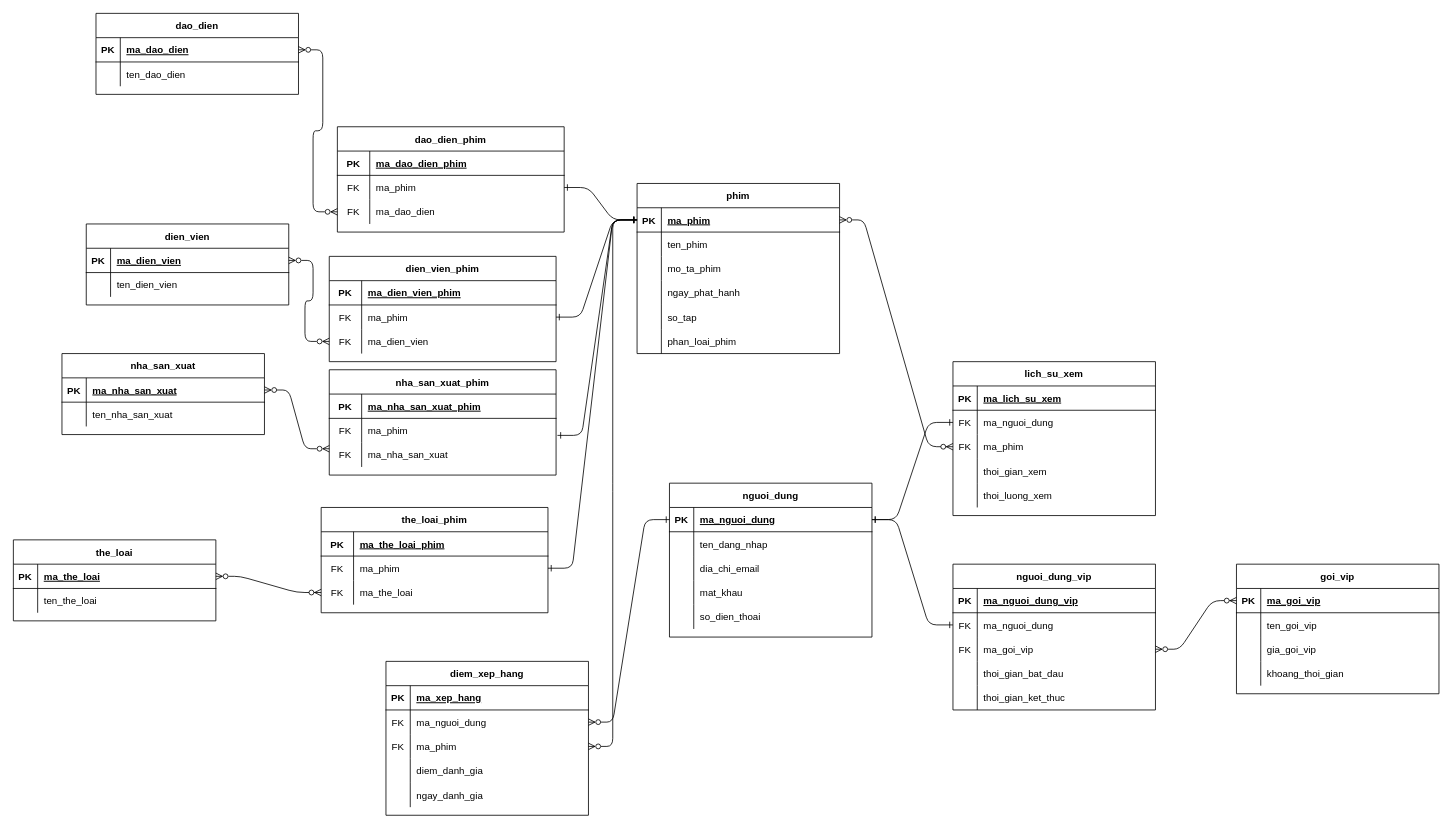
Above: erd/erdphimmoiflix.drawio in ngochai68/Phimmoiflix (draw.io), before the change. Source tidied: cells renumbered, new cells numbered last; positions are measured from the earlier drawing's top-left corner, leaving out a move shared by most shapes. Both pictures are drawn from the tidied source at 81%, with x=0, y=0 at pixel (13, 13).
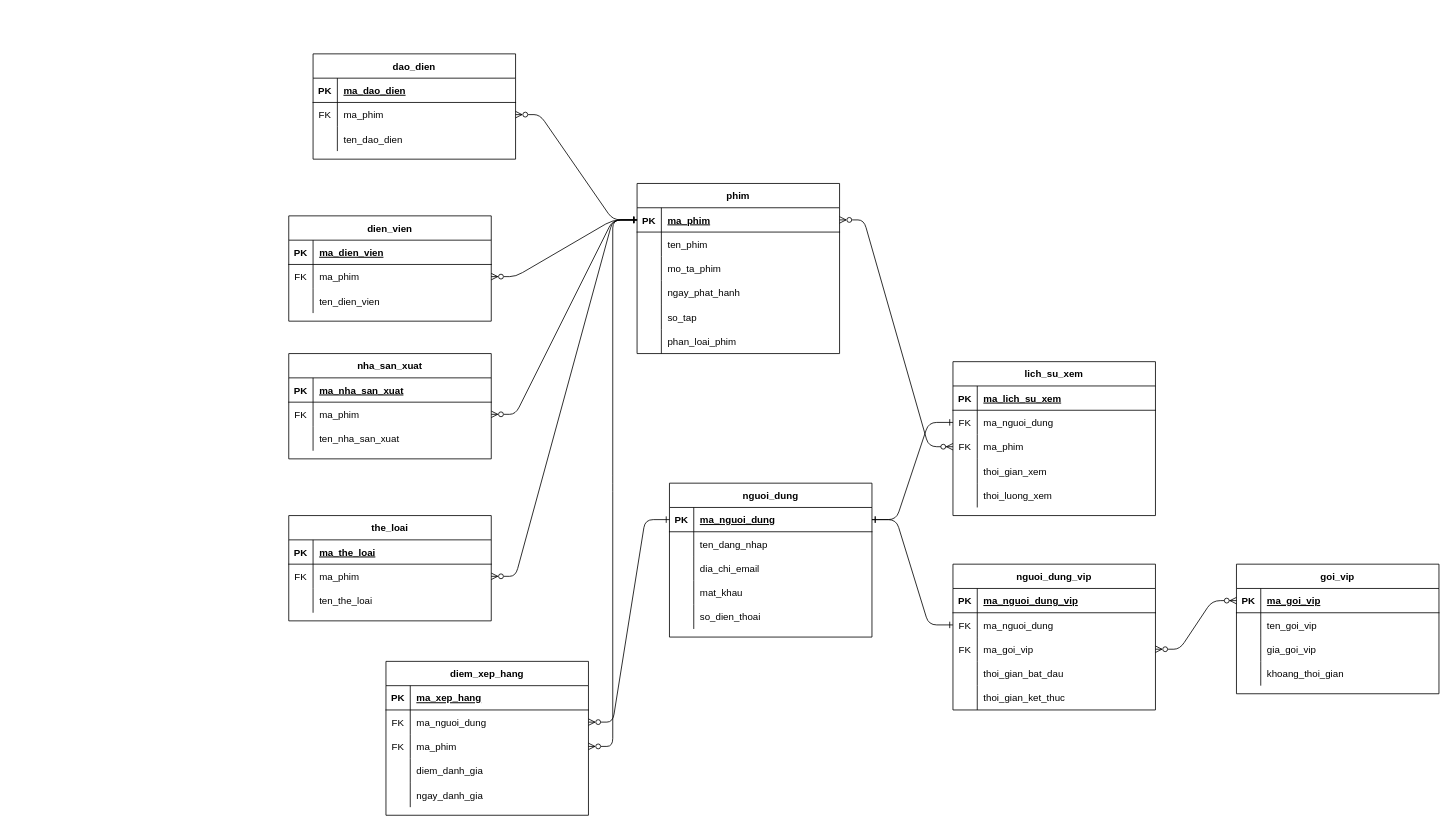
After the change.

Unchanged cells that the change refers to:
```xml
<mxCell id="20" style="shape=partialRectangle;fillColor=none;points=[[0,0.5],[1,0.5]];portConstraint=eastwest;top=0;left=0;right=0;bottom=1;" parent="19" vertex="1">
  <mxGeometry y="30" width="250" height="30" as="geometry" />
</mxCell>
<mxCell id="39" style="shape=partialRectangle;fillColor=none;points=[[0,0.5],[1,0.5]];portConstraint=eastwest;top=0;left=0;right=0;bottom=1;" parent="38" vertex="1">
  <mxGeometry y="30" width="250" height="30" as="geometry" />
</mxCell>
<mxCell id="42" style="shape=partialRectangle;fillColor=none;points=[[0,0.5],[1,0.5]];portConstraint=eastwest;top=0;left=0;right=0;bottom=0;" parent="38" vertex="1">
  <mxGeometry y="60" width="250" height="30" as="geometry" />
</mxCell>
<mxCell id="46" style="shape=partialRectangle;fillColor=none;points=[[0,0.5],[1,0.5]];portConstraint=eastwest;top=0;left=0;right=0;bottom=1;" parent="45" vertex="1">
  <mxGeometry y="30" width="250" height="30" as="geometry" />
</mxCell>
<mxCell id="49" style="shape=partialRectangle;fillColor=none;points=[[0,0.5],[1,0.5]];portConstraint=eastwest;top=0;left=0;right=0;bottom=0;" parent="45" vertex="1">
  <mxGeometry y="60" width="250" height="30" as="geometry" />
</mxCell>
<mxCell id="76" style="shape=partialRectangle;fillColor=none;points=[[0,0.5],[1,0.5]];portConstraint=eastwest;top=0;left=0;right=0;bottom=1;" parent="75" vertex="1">
  <mxGeometry y="30" width="250" height="30" as="geometry" />
</mxCell>
<mxCell id="79" style="shape=partialRectangle;fillColor=none;points=[[0,0.5],[1,0.5]];portConstraint=eastwest;top=0;left=0;right=0;bottom=0;" parent="75" vertex="1">
  <mxGeometry y="60" width="250" height="30" as="geometry" />
</mxCell>
<mxCell id="123" style="shape=partialRectangle;fillColor=none;points=[[0,0.5],[1,0.5]];portConstraint=eastwest;top=0;left=0;right=0;bottom=1;" parent="122" vertex="1">
  <mxGeometry y="30" width="250" height="30" as="geometry" />
</mxCell>
<mxCell id="126" style="shape=partialRectangle;fillColor=none;points=[[0,0.5],[1,0.5]];portConstraint=eastwest;top=0;left=0;right=0;bottom=0;" parent="122" vertex="1">
  <mxGeometry y="60" width="250" height="30" as="geometry" />
</mxCell>
```

Change to the diagram source:
```diff
@@
-    <mxCell id="18" style="edgeStyle=entityRelationEdgeStyle;endArrow=ERone;startArrow=ERone;endFill=0;startFill=0;exitX=0;exitY=0.5;exitDx=0;exitDy=0;entryX=1;entryY=0.5;entryDx=0;entryDy=0;" parent="1" edge="1" source="20" target="56">
+    <mxCell id="18" style="edgeStyle=entityRelationEdgeStyle;endArrow=ERzeroToMany;startArrow=ERone;endFill=0;startFill=0;exitX=0;exitY=0.5;exitDx=0;exitDy=0;entryX=1;entryY=0.5;entryDx=0;entryDy=0;" parent="1" edge="1" source="20" target="42">
       <mxGeometry relative="1" as="geometry" />
     </mxCell>
@@
     <mxCell id="38" value="the_loai" style="shape=table;startSize=30;childLayout=tableLayout;rowLines=0;fontStyle=1;align=center;" parent="1" vertex="1">
-      <mxGeometry y="650" width="250" height="100" as="geometry" />
+      <mxGeometry x="340" y="620" width="250" height="130" as="geometry" />
     </mxCell>
@@
-    <mxCell id="43" style="shape=partialRectangle;overflow=hidden;fillColor=none;top=0;left=0;bottom=0;right=0;" parent="42" vertex="1">
+    <mxCell id="43" value="FK" style="shape=partialRectangle;overflow=hidden;fillColor=none;top=0;left=0;bottom=0;right=0;" parent="42" vertex="1">
       <mxGeometry width="30" height="30" as="geometry" />
     </mxCell>
-    <mxCell id="44" value="ten_the_loai" style="shape=partialRectangle;overflow=hidden;fillColor=none;top=0;left=0;bottom=0;right=0;align=left;spacingLeft=6;" parent="42" vertex="1">
+    <mxCell id="44" value="ma_phim" style="shape=partialRectangle;overflow=hidden;fillColor=none;top=0;left=0;bottom=0;right=0;align=left;spacingLeft=6;" parent="42" vertex="1">
       <mxGeometry x="30" width="220" height="30" as="geometry" />
     </mxCell>
+    <mxCell id="180" style="shape=partialRectangle;fillColor=none;top=0;left=0;right=0;bottom=0;" parent="38" vertex="1">
+      <mxGeometry y="90" width="250" height="30" as="geometry" />
+    </mxCell>
+    <mxCell id="181" style="shape=partialRectangle;overflow=hidden;fillColor=none;top=0;left=0;bottom=0;right=0;" parent="180" vertex="1">
+      <mxGeometry width="30" height="30" as="geometry" />
+    </mxCell>
+    <mxCell id="182" value="ten_the_loai" style="shape=partialRectangle;overflow=hidden;fillColor=none;top=0;left=0;bottom=0;right=0;align=left;spacingLeft=6;" parent="180" vertex="1">
+      <mxGeometry x="30" width="220" height="30" as="geometry" />
+    </mxCell>
     <mxCell id="45" value="dao_dien" style="shape=table;startSize=30;childLayout=tableLayout;rowLines=0;fontStyle=1;align=center;" parent="1" vertex="1">
-      <mxGeometry x="102" width="250" height="100" as="geometry" />
+      <mxGeometry x="370" y="50" width="250" height="130" as="geometry" />
     </mxCell>
@@
-    <mxCell id="50" style="shape=partialRectangle;overflow=hidden;fillColor=none;top=0;left=0;bottom=0;right=0;" parent="49" vertex="1">
+    <mxCell id="50" value="FK" style="shape=partialRectangle;overflow=hidden;fillColor=none;top=0;left=0;bottom=0;right=0;" parent="49" vertex="1">
       <mxGeometry width="30" height="30" as="geometry" />
     </mxCell>
-    <mxCell id="51" value="ten_dao_dien" style="shape=partialRectangle;overflow=hidden;fillColor=none;top=0;left=0;bottom=0;right=0;align=left;spacingLeft=6;" parent="49" vertex="1">
+    <mxCell id="51" value="ma_phim" style="shape=partialRectangle;overflow=hidden;fillColor=none;top=0;left=0;bottom=0;right=0;align=left;spacingLeft=6;" parent="49" vertex="1">
       <mxGeometry x="30" width="220" height="30" as="geometry" />
     </mxCell>
-    <mxCell id="52" value="the_loai_phim" style="shape=table;startSize=30;childLayout=tableLayout;rowLines=0;fontStyle=1;align=center;" parent="1" vertex="1">
-      <mxGeometry x="380" y="610" width="280" height="130" as="geometry" />
-    </mxCell>
-    <mxCell id="53" style="shape=partialRectangle;fillColor=none;top=0;left=0;right=0;bottom=1;" parent="52" vertex="1">
-      <mxGeometry y="30" width="280" height="30" as="geometry" />
-    </mxCell>
-    <mxCell id="54" value="PK" style="shape=partialRectangle;overflow=hidden;fillColor=none;top=0;left=0;bottom=0;right=0;fontStyle=1;" parent="53" vertex="1">
-      <mxGeometry width="40" height="30" as="geometry" />
-    </mxCell>
-    <mxCell id="55" value="ma_the_loai_phim" style="shape=partialRectangle;overflow=hidden;fillColor=none;top=0;left=0;bottom=0;right=0;align=left;spacingLeft=6;fontStyle=5;" parent="53" vertex="1">
-      <mxGeometry x="40" width="240" height="30" as="geometry" />
-    </mxCell>
-    <mxCell id="56" style="shape=partialRectangle;fillColor=none;points=[[0,0.5],[1,0.5]];portConstraint=eastwest;top=0;left=0;right=0;bottom=0;" parent="52" vertex="1">
-      <mxGeometry y="60" width="280" height="30" as="geometry" />
-    </mxCell>
-    <mxCell id="57" value="FK" style="shape=partialRectangle;overflow=hidden;fillColor=none;top=0;left=0;bottom=0;right=0;fontStyle=0;" parent="56" vertex="1">
-      <mxGeometry width="40" height="30" as="geometry" />
-    </mxCell>
-    <mxCell id="58" value="ma_phim" style="shape=partialRectangle;overflow=hidden;fillColor=none;top=0;left=0;bottom=0;right=0;align=left;spacingLeft=6;fontStyle=0;" parent="56" vertex="1">
-      <mxGeometry x="40" width="240" height="30" as="geometry" />
-    </mxCell>
-    <mxCell id="59" style="shape=partialRectangle;fillColor=none;points=[[0,0.5],[1,0.5]];portConstraint=eastwest;top=0;left=0;right=0;bottom=0;" parent="52" vertex="1">
-      <mxGeometry y="90" width="280" height="30" as="geometry" />
-    </mxCell>
-    <mxCell id="60" value="FK" style="shape=partialRectangle;overflow=hidden;fillColor=none;top=0;left=0;bottom=0;right=0;fontStyle=0;" parent="59" vertex="1">
-      <mxGeometry width="40" height="30" as="geometry" />
-    </mxCell>
-    <mxCell id="61" value="ma_the_loai" style="shape=partialRectangle;overflow=hidden;fillColor=none;top=0;left=0;bottom=0;right=0;align=left;spacingLeft=6;fontStyle=0;" parent="59" vertex="1">
-      <mxGeometry x="40" width="240" height="30" as="geometry" />
-    </mxCell>
-    <mxCell id="62" style="edgeStyle=entityRelationEdgeStyle;endArrow=ERzeroToMany;startArrow=ERzeroToMany;endFill=1;startFill=0;exitX=1;exitY=0.5;exitDx=0;exitDy=0;" parent="1" edge="1" source="39" target="59">
-      <mxGeometry relative="1" as="geometry" />
-    </mxCell>
+    <mxCell id="183" style="shape=partialRectangle;fillColor=none;top=0;left=0;right=0;bottom=0;" parent="45" vertex="1">
+      <mxGeometry y="90" width="250" height="30" as="geometry" />
+    </mxCell>
+    <mxCell id="184" style="shape=partialRectangle;overflow=hidden;fillColor=none;top=0;left=0;bottom=0;right=0;" parent="183" vertex="1">
+      <mxGeometry width="30" height="30" as="geometry" />
+    </mxCell>
+    <mxCell id="185" value="ten_dao_dien" style="shape=partialRectangle;overflow=hidden;fillColor=none;top=0;left=0;bottom=0;right=0;align=left;spacingLeft=6;" parent="183" vertex="1">
+      <mxGeometry x="30" width="220" height="30" as="geometry" />
+    </mxCell>
-    <mxCell id="63" style="edgeStyle=entityRelationEdgeStyle;endArrow=ERone;startArrow=ERone;endFill=0;startFill=0;exitX=1;exitY=0.5;exitDx=0;exitDy=0;entryX=0;entryY=0.5;entryDx=0;entryDy=0;" parent="1" edge="1" source="68" target="20">
+    <mxCell id="63" style="edgeStyle=entityRelationEdgeStyle;endArrow=ERone;startArrow=ERzeroToMany;endFill=0;startFill=0;entryX=0;entryY=0.5;entryDx=0;entryDy=0;exitX=1;exitY=0.5;exitDx=0;exitDy=0;" parent="1" edge="1" source="49" target="20">
       <mxGeometry relative="1" as="geometry" />
     </mxCell>
-    <mxCell id="64" value="dao_dien_phim" style="shape=table;startSize=30;childLayout=tableLayout;rowLines=0;fontStyle=1;align=center;" parent="1" vertex="1">
-      <mxGeometry x="400" y="140" width="280" height="130" as="geometry" />
-    </mxCell>
-    <mxCell id="65" style="shape=partialRectangle;fillColor=none;top=0;left=0;right=0;bottom=1;" parent="64" vertex="1">
-      <mxGeometry y="30" width="280" height="30" as="geometry" />
-    </mxCell>
-    <mxCell id="66" value="PK" style="shape=partialRectangle;overflow=hidden;fillColor=none;top=0;left=0;bottom=0;right=0;fontStyle=1;" parent="65" vertex="1">
-      <mxGeometry width="40" height="30" as="geometry" />
-    </mxCell>
-    <mxCell id="67" value="ma_dao_dien_phim" style="shape=partialRectangle;overflow=hidden;fillColor=none;top=0;left=0;bottom=0;right=0;align=left;spacingLeft=6;fontStyle=5;" parent="65" vertex="1">
-      <mxGeometry x="40" width="240" height="30" as="geometry" />
-    </mxCell>
-    <mxCell id="68" style="shape=partialRectangle;fillColor=none;points=[[0,0.5],[1,0.5]];portConstraint=eastwest;top=0;left=0;right=0;bottom=0;" parent="64" vertex="1">
-      <mxGeometry y="60" width="280" height="30" as="geometry" />
-    </mxCell>
-    <mxCell id="69" value="FK" style="shape=partialRectangle;overflow=hidden;fillColor=none;top=0;left=0;bottom=0;right=0;fontStyle=0;" parent="68" vertex="1">
-      <mxGeometry width="40" height="30" as="geometry" />
-    </mxCell>
-    <mxCell id="70" value="ma_phim" style="shape=partialRectangle;overflow=hidden;fillColor=none;top=0;left=0;bottom=0;right=0;align=left;spacingLeft=6;fontStyle=0;" parent="68" vertex="1">
-      <mxGeometry x="40" width="240" height="30" as="geometry" />
-    </mxCell>
-    <mxCell id="71" style="shape=partialRectangle;fillColor=none;points=[[0,0.5],[1,0.5]];portConstraint=eastwest;top=0;left=0;right=0;bottom=0;" parent="64" vertex="1">
-      <mxGeometry y="90" width="280" height="30" as="geometry" />
-    </mxCell>
-    <mxCell id="72" value="FK" style="shape=partialRectangle;overflow=hidden;fillColor=none;top=0;left=0;bottom=0;right=0;fontStyle=0;" parent="71" vertex="1">
-      <mxGeometry width="40" height="30" as="geometry" />
-    </mxCell>
-    <mxCell id="73" value="ma_dao_dien" style="shape=partialRectangle;overflow=hidden;fillColor=none;top=0;left=0;bottom=0;right=0;align=left;spacingLeft=6;fontStyle=0;" parent="71" vertex="1">
-      <mxGeometry x="40" width="240" height="30" as="geometry" />
-    </mxCell>
-    <mxCell id="74" style="edgeStyle=entityRelationEdgeStyle;endArrow=ERzeroToMany;startArrow=ERzeroToMany;endFill=0;startFill=0;entryX=0;entryY=0.5;entryDx=0;entryDy=0;exitX=1;exitY=0.5;exitDx=0;exitDy=0;" parent="1" edge="1" source="46" target="71">
-      <mxGeometry relative="1" as="geometry" />
-    </mxCell>
     <mxCell id="75" value="dien_vien" style="shape=table;startSize=30;childLayout=tableLayout;rowLines=0;fontStyle=1;align=center;" parent="1" vertex="1">
-      <mxGeometry x="90" y="260" width="250" height="100" as="geometry" />
+      <mxGeometry x="340" y="250" width="250" height="130" as="geometry" />
     </mxCell>
@@
-    <mxCell id="80" style="shape=partialRectangle;overflow=hidden;fillColor=none;top=0;left=0;bottom=0;right=0;" parent="79" vertex="1">
+    <mxCell id="80" value="FK" style="shape=partialRectangle;overflow=hidden;fillColor=none;top=0;left=0;bottom=0;right=0;" parent="79" vertex="1">
       <mxGeometry width="30" height="30" as="geometry" />
     </mxCell>
-    <mxCell id="81" value="ten_dien_vien" style="shape=partialRectangle;overflow=hidden;fillColor=none;top=0;left=0;bottom=0;right=0;align=left;spacingLeft=6;" parent="79" vertex="1">
+    <mxCell id="81" value="ma_phim" style="shape=partialRectangle;overflow=hidden;fillColor=none;top=0;left=0;bottom=0;right=0;align=left;spacingLeft=6;" parent="79" vertex="1">
       <mxGeometry x="30" width="220" height="30" as="geometry" />
     </mxCell>
-    <mxCell id="82" value="dien_vien_phim" style="shape=table;startSize=30;childLayout=tableLayout;rowLines=0;fontStyle=1;align=center;" parent="1" vertex="1">
-      <mxGeometry x="390" y="300" width="280" height="130" as="geometry" />
-    </mxCell>
-    <mxCell id="83" style="shape=partialRectangle;fillColor=none;top=0;left=0;right=0;bottom=1;" parent="82" vertex="1">
-      <mxGeometry y="30" width="280" height="30" as="geometry" />
-    </mxCell>
-    <mxCell id="84" value="PK" style="shape=partialRectangle;overflow=hidden;fillColor=none;top=0;left=0;bottom=0;right=0;fontStyle=1;" parent="83" vertex="1">
-      <mxGeometry width="40" height="30" as="geometry" />
-    </mxCell>
-    <mxCell id="85" value="ma_dien_vien_phim" style="shape=partialRectangle;overflow=hidden;fillColor=none;top=0;left=0;bottom=0;right=0;align=left;spacingLeft=6;fontStyle=5;" parent="83" vertex="1">
-      <mxGeometry x="40" width="240" height="30" as="geometry" />
-    </mxCell>
-    <mxCell id="86" style="shape=partialRectangle;fillColor=none;points=[[0,0.5],[1,0.5]];portConstraint=eastwest;top=0;left=0;right=0;bottom=0;" parent="82" vertex="1">
-      <mxGeometry y="60" width="280" height="30" as="geometry" />
-    </mxCell>
-    <mxCell id="87" value="FK" style="shape=partialRectangle;overflow=hidden;fillColor=none;top=0;left=0;bottom=0;right=0;fontStyle=0;" parent="86" vertex="1">
-      <mxGeometry width="40" height="30" as="geometry" />
-    </mxCell>
-    <mxCell id="88" value="ma_phim" style="shape=partialRectangle;overflow=hidden;fillColor=none;top=0;left=0;bottom=0;right=0;align=left;spacingLeft=6;fontStyle=0;" parent="86" vertex="1">
-      <mxGeometry x="40" width="240" height="30" as="geometry" />
-    </mxCell>
-    <mxCell id="89" style="shape=partialRectangle;fillColor=none;points=[[0,0.5],[1,0.5]];portConstraint=eastwest;top=0;left=0;right=0;bottom=0;" parent="82" vertex="1">
-      <mxGeometry y="90" width="280" height="30" as="geometry" />
-    </mxCell>
-    <mxCell id="90" value="FK" style="shape=partialRectangle;overflow=hidden;fillColor=none;top=0;left=0;bottom=0;right=0;fontStyle=0;" parent="89" vertex="1">
-      <mxGeometry width="40" height="30" as="geometry" />
-    </mxCell>
-    <mxCell id="91" value="ma_dien_vien" style="shape=partialRectangle;overflow=hidden;fillColor=none;top=0;left=0;bottom=0;right=0;align=left;spacingLeft=6;fontStyle=0;" parent="89" vertex="1">
-      <mxGeometry x="40" width="240" height="30" as="geometry" />
-    </mxCell>
+    <mxCell id="186" style="shape=partialRectangle;fillColor=none;top=0;left=0;right=0;bottom=0;" parent="75" vertex="1">
+      <mxGeometry y="90" width="250" height="30" as="geometry" />
+    </mxCell>
+    <mxCell id="187" style="shape=partialRectangle;overflow=hidden;fillColor=none;top=0;left=0;bottom=0;right=0;" parent="186" vertex="1">
+      <mxGeometry width="30" height="30" as="geometry" />
+    </mxCell>
+    <mxCell id="188" value="ten_dien_vien" style="shape=partialRectangle;overflow=hidden;fillColor=none;top=0;left=0;bottom=0;right=0;align=left;spacingLeft=6;" parent="186" vertex="1">
+      <mxGeometry x="30" width="220" height="30" as="geometry" />
+    </mxCell>
-    <mxCell id="92" style="edgeStyle=entityRelationEdgeStyle;endArrow=ERone;startArrow=ERone;endFill=0;startFill=0;exitX=1;exitY=0.5;exitDx=0;exitDy=0;entryX=0;entryY=0.5;entryDx=0;entryDy=0;" parent="1" edge="1" source="86" target="20">
+    <mxCell id="92" style="edgeStyle=entityRelationEdgeStyle;endArrow=ERone;startArrow=ERzeroToMany;endFill=0;startFill=0;entryX=0;entryY=0.5;entryDx=0;entryDy=0;exitX=1;exitY=0.5;exitDx=0;exitDy=0;" parent="1" edge="1" source="79" target="20">
       <mxGeometry relative="1" as="geometry" />
     </mxCell>
-    <mxCell id="93" style="edgeStyle=entityRelationEdgeStyle;endArrow=ERzeroToMany;startArrow=ERzeroToMany;endFill=0;startFill=0;entryX=0;entryY=0.5;entryDx=0;entryDy=0;exitX=1;exitY=0.5;exitDx=0;exitDy=0;" parent="1" edge="1" source="76" target="89">
-      <mxGeometry relative="1" as="geometry" />
-    </mxCell>
@@
-    <mxCell id="112" value="nha_san_xuat_phim" style="shape=table;startSize=30;childLayout=tableLayout;rowLines=0;fontStyle=1;align=center;" parent="1" vertex="1">
-      <mxGeometry x="390" y="440" width="280" height="130" as="geometry" />
-    </mxCell>
-    <mxCell id="113" style="shape=partialRectangle;fillColor=none;top=0;left=0;right=0;bottom=1;" parent="112" vertex="1">
-      <mxGeometry y="30" width="280" height="30" as="geometry" />
-    </mxCell>
-    <mxCell id="114" value="PK" style="shape=partialRectangle;overflow=hidden;fillColor=none;top=0;left=0;bottom=0;right=0;fontStyle=1;" parent="113" vertex="1">
-      <mxGeometry width="40" height="30" as="geometry" />
-    </mxCell>
-    <mxCell id="115" value="ma_nha_san_xuat_phim" style="shape=partialRectangle;overflow=hidden;fillColor=none;top=0;left=0;bottom=0;right=0;align=left;spacingLeft=6;fontStyle=5;" parent="113" vertex="1">
-      <mxGeometry x="40" width="240" height="30" as="geometry" />
-    </mxCell>
-    <mxCell id="116" style="shape=partialRectangle;fillColor=none;points=[[0,0.5],[1,0.5]];portConstraint=eastwest;top=0;left=0;right=0;bottom=0;" parent="112" vertex="1">
-      <mxGeometry y="60" width="280" height="30" as="geometry" />
-    </mxCell>
-    <mxCell id="117" value="FK" style="shape=partialRectangle;overflow=hidden;fillColor=none;top=0;left=0;bottom=0;right=0;fontStyle=0;" parent="116" vertex="1">
-      <mxGeometry width="40" height="30" as="geometry" />
-    </mxCell>
-    <mxCell id="118" value="ma_phim" style="shape=partialRectangle;overflow=hidden;fillColor=none;top=0;left=0;bottom=0;right=0;align=left;spacingLeft=6;fontStyle=0;" parent="116" vertex="1">
-      <mxGeometry x="40" width="240" height="30" as="geometry" />
-    </mxCell>
-    <mxCell id="119" style="shape=partialRectangle;fillColor=none;top=0;left=0;right=0;bottom=0;" parent="112" vertex="1">
-      <mxGeometry y="90" width="280" height="30" as="geometry" />
-    </mxCell>
-    <mxCell id="120" value="FK" style="shape=partialRectangle;overflow=hidden;fillColor=none;top=0;left=0;bottom=0;right=0;fontStyle=0;" parent="119" vertex="1">
-      <mxGeometry width="40" height="30" as="geometry" />
-    </mxCell>
-    <mxCell id="121" value="ma_nha_san_xuat" style="shape=partialRectangle;overflow=hidden;fillColor=none;top=0;left=0;bottom=0;right=0;align=left;spacingLeft=6;fontStyle=0;" parent="119" vertex="1">
-      <mxGeometry x="40" width="240" height="30" as="geometry" />
-    </mxCell>
     <mxCell id="122" value="nha_san_xuat" style="shape=table;startSize=30;childLayout=tableLayout;rowLines=0;fontStyle=1;align=center;" parent="1" vertex="1">
-      <mxGeometry x="60" y="420" width="250" height="100" as="geometry" />
+      <mxGeometry x="340" y="420" width="250" height="130" as="geometry" />
     </mxCell>
@@
-    <mxCell id="127" style="shape=partialRectangle;overflow=hidden;fillColor=none;top=0;left=0;bottom=0;right=0;" parent="126" vertex="1">
+    <mxCell id="127" value="FK" style="shape=partialRectangle;overflow=hidden;fillColor=none;top=0;left=0;bottom=0;right=0;" parent="126" vertex="1">
       <mxGeometry width="30" height="30" as="geometry" />
     </mxCell>
-    <mxCell id="128" value="ten_nha_san_xuat" style="shape=partialRectangle;overflow=hidden;fillColor=none;top=0;left=0;bottom=0;right=0;align=left;spacingLeft=6;" parent="126" vertex="1">
+    <mxCell id="128" value="ma_phim" style="shape=partialRectangle;overflow=hidden;fillColor=none;top=0;left=0;bottom=0;right=0;align=left;spacingLeft=6;" parent="126" vertex="1">
       <mxGeometry x="30" width="220" height="30" as="geometry" />
     </mxCell>
+    <mxCell id="189" style="shape=partialRectangle;fillColor=none;top=0;left=0;right=0;bottom=0;" parent="122" vertex="1">
+      <mxGeometry y="90" width="250" height="30" as="geometry" />
+    </mxCell>
+    <mxCell id="190" style="shape=partialRectangle;overflow=hidden;fillColor=none;top=0;left=0;bottom=0;right=0;" parent="189" vertex="1">
+      <mxGeometry width="30" height="30" as="geometry" />
+    </mxCell>
+    <mxCell id="191" value="ten_nha_san_xuat" style="shape=partialRectangle;overflow=hidden;fillColor=none;top=0;left=0;bottom=0;right=0;align=left;spacingLeft=6;" parent="189" vertex="1">
+      <mxGeometry x="30" width="220" height="30" as="geometry" />
+    </mxCell>
-    <mxCell id="129" style="edgeStyle=entityRelationEdgeStyle;endArrow=ERone;startArrow=ERone;endFill=0;startFill=0;exitX=1.006;exitY=0.7;exitDx=0;exitDy=0;entryX=0;entryY=0.5;entryDx=0;entryDy=0;exitPerimeter=0;" parent="1" edge="1" source="116" target="20">
+    <mxCell id="129" style="edgeStyle=entityRelationEdgeStyle;endArrow=ERone;startArrow=ERzeroToMany;endFill=0;startFill=0;entryX=0;entryY=0.5;entryDx=0;entryDy=0;exitX=1;exitY=0.5;exitDx=0;exitDy=0;" parent="1" edge="1" source="126" target="20">
       <mxGeometry relative="1" as="geometry" />
     </mxCell>
-    <mxCell id="130" style="edgeStyle=entityRelationEdgeStyle;endArrow=ERzeroToMany;startArrow=ERzeroToMany;endFill=0;startFill=0;entryX=0;entryY=0.75;entryDx=0;entryDy=0;exitX=1;exitY=0.5;exitDx=0;exitDy=0;" parent="1" edge="1" source="123" target="112">
-      <mxGeometry relative="1" as="geometry" />
-    </mxCell>
```
